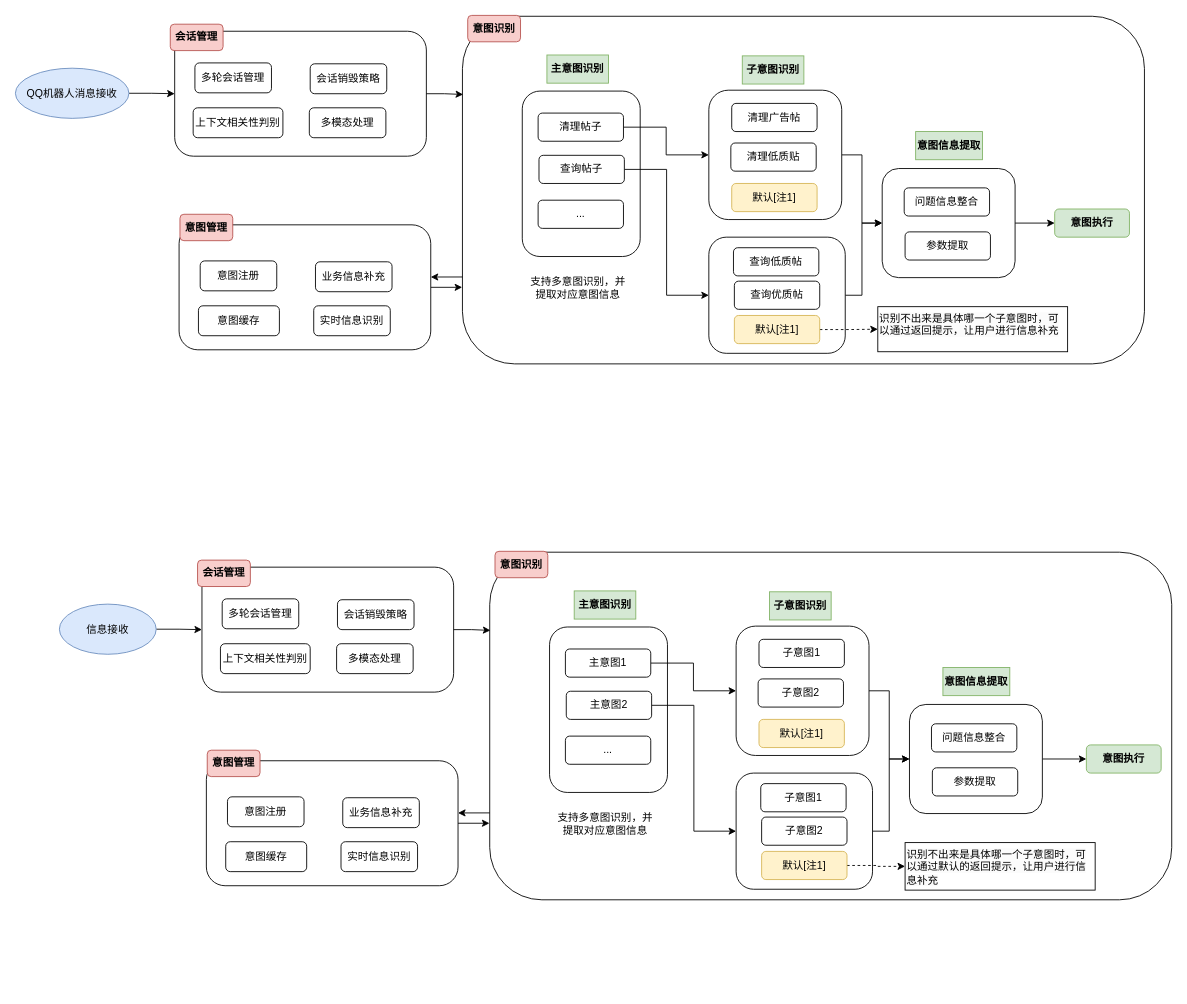
This is diagrams/意图识别.drawio from neoalvin/draw.io, a draw.io file, before an edit. Source tidied: cells renumbered, new cells numbered last; positions are measured from the earlier drawing's top-left corner, leaving out a move shared by most shapes. Both pictures are drawn from the tidied source at 88%, with x=0, y=0 at pixel (15, 15).
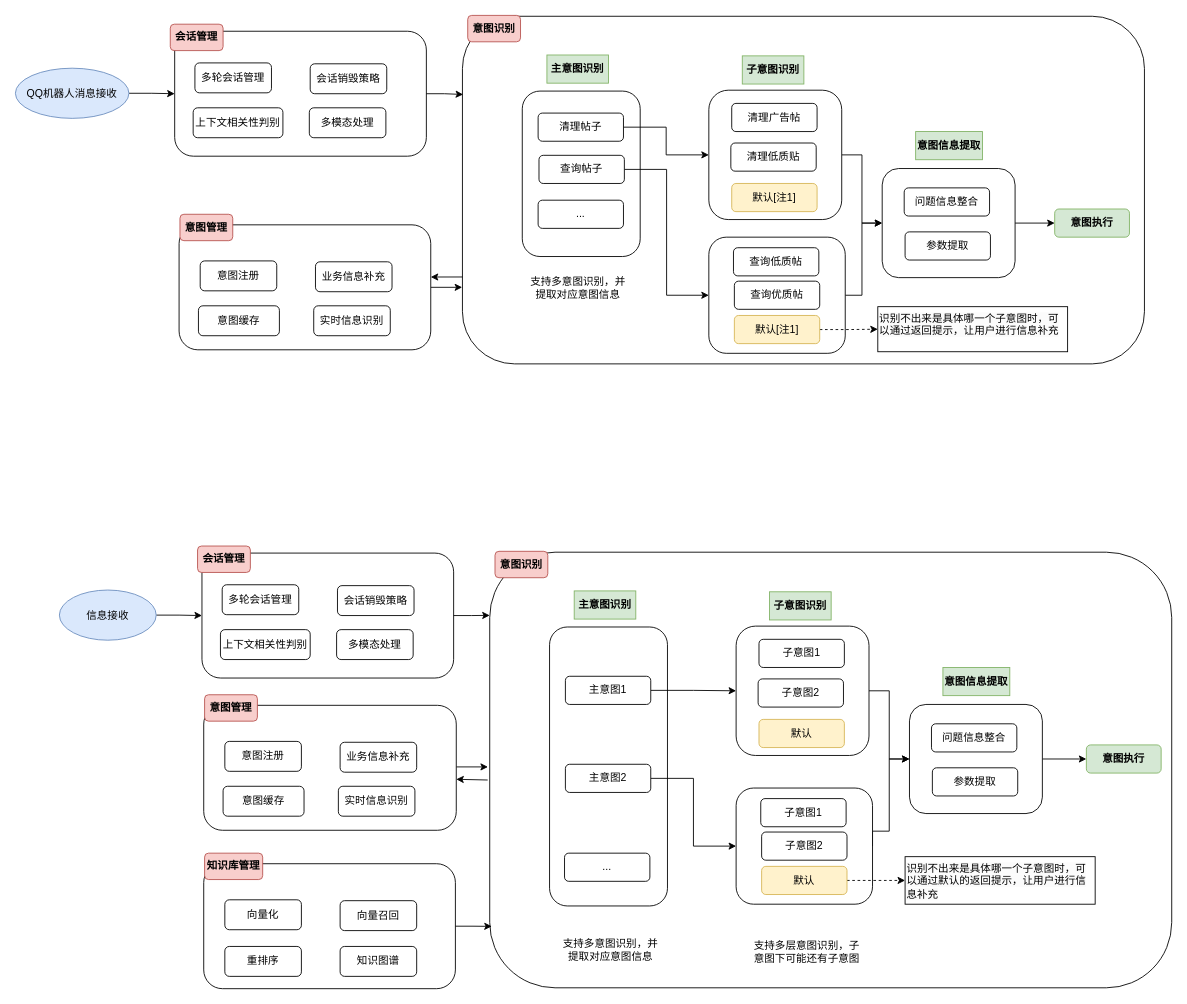
After the change.

Commit message:
更新意图识别.drawio

The edit, as a diff of the source:
```diff
@@
     <mxCell id="48" style="rounded=1;whiteSpace=wrap;html=1;" parent="1" vertex="1">
-      <mxGeometry x="539" y="610" width="775" height="395" as="geometry" />
+      <mxGeometry x="539" y="610" width="775" height="495" as="geometry" />
     </mxCell>
     <mxCell id="49" style="rounded=1;whiteSpace=wrap;html=1;" parent="1" vertex="1">
-      <mxGeometry x="607" y="695" width="134" height="188" as="geometry" />
+      <mxGeometry x="607" y="695" width="134" height="317" as="geometry" />
     </mxCell>
@@
     <mxCell id="51" value="信息接收" style="ellipse;whiteSpace=wrap;html=1;fillColor=#dae8fc;strokeColor=#6c8ebf;" parent="1" vertex="1">
-      <mxGeometry x="50" y="669" width="110" height="57" as="geometry" />
+      <mxGeometry x="50" y="653" width="110" height="57" as="geometry" />
     </mxCell>
@@
     <mxCell id="53" value="主意图1" style="rounded=1;whiteSpace=wrap;html=1;glass=0;shadow=0;" parent="1" vertex="1">
-      <mxGeometry x="625" y="720" width="97" height="32" as="geometry" />
+      <mxGeometry x="625" y="751" width="97" height="32" as="geometry" />
     </mxCell>
@@
     <mxCell id="56" value="主意图2" style="rounded=1;whiteSpace=wrap;html=1;" parent="1" vertex="1">
-      <mxGeometry x="626" y="768" width="97" height="32" as="geometry" />
+      <mxGeometry x="625" y="851" width="97" height="32" as="geometry" />
     </mxCell>
     <mxCell id="57" value="..." style="rounded=1;whiteSpace=wrap;html=1;" parent="1" vertex="1">
-      <mxGeometry x="625" y="819" width="97" height="32" as="geometry" />
+      <mxGeometry x="624" y="952" width="97" height="32" as="geometry" />
     </mxCell>
@@
-    <mxCell id="63" value="默认[注1]" style="rounded=1;whiteSpace=wrap;html=1;fillColor=#fff2cc;strokeColor=#d6b656;" parent="1" vertex="1">
+    <mxCell id="63" value="默认" style="rounded=1;whiteSpace=wrap;html=1;fillColor=#fff2cc;strokeColor=#d6b656;" parent="1" vertex="1">
       <mxGeometry x="845" y="800" width="97" height="32" as="geometry" />
     </mxCell>
     <mxCell id="64" value="支持多意图识别，并提取对应意图信息" style="text;html=1;align=center;verticalAlign=middle;whiteSpace=wrap;rounded=0;" parent="1" vertex="1">
-      <mxGeometry x="611" y="904" width="119" height="30" as="geometry" />
+      <mxGeometry x="617" y="1047" width="119" height="30" as="geometry" />
     </mxCell>
@@
     <mxCell id="66" style="rounded=1;whiteSpace=wrap;html=1;" parent="1" vertex="1">
-      <mxGeometry x="819" y="861" width="155" height="132" as="geometry" />
+      <mxGeometry x="819" y="878" width="155" height="132" as="geometry" />
     </mxCell>
     <mxCell id="67" value="子意图1" style="rounded=1;whiteSpace=wrap;html=1;" parent="1" vertex="1">
-      <mxGeometry x="847" y="873" width="97" height="32" as="geometry" />
+      <mxGeometry x="847" y="890" width="97" height="32" as="geometry" />
     </mxCell>
     <mxCell id="68" value="子意图2" style="rounded=1;whiteSpace=wrap;html=1;" parent="1" vertex="1">
-      <mxGeometry x="848" y="911" width="97" height="32" as="geometry" />
+      <mxGeometry x="848" y="928" width="97" height="32" as="geometry" />
     </mxCell>
@@
-    <mxCell id="70" value="默认[注1]" style="rounded=1;whiteSpace=wrap;html=1;fillColor=#fff2cc;strokeColor=#d6b656;" parent="1" vertex="1">
-      <mxGeometry x="848" y="950" width="97" height="32" as="geometry" />
+    <mxCell id="70" value="默认" style="rounded=1;whiteSpace=wrap;html=1;fillColor=#fff2cc;strokeColor=#d6b656;" parent="1" vertex="1">
+      <mxGeometry x="848" y="967" width="97" height="32" as="geometry" />
     </mxCell>
@@
     <mxCell id="72" style="rounded=1;whiteSpace=wrap;html=1;" parent="1" vertex="1">
-      <mxGeometry x="212" y="627" width="286" height="142" as="geometry" />
+      <mxGeometry x="212" y="611" width="286" height="142" as="geometry" />
     </mxCell>
     <mxCell id="73" value="&lt;b&gt;会话管理&lt;/b&gt;" style="text;html=1;align=center;verticalAlign=middle;whiteSpace=wrap;rounded=1;fillColor=#f8cecc;strokeColor=#b85450;" parent="1" vertex="1">
-      <mxGeometry x="207" y="619" width="60" height="30" as="geometry" />
+      <mxGeometry x="207" y="603" width="60" height="30" as="geometry" />
     </mxCell>
     <mxCell id="74" value="多轮会话管理" style="rounded=1;whiteSpace=wrap;html=1;" parent="1" vertex="1">
-      <mxGeometry x="235" y="663" width="87" height="34" as="geometry" />
+      <mxGeometry x="235" y="647" width="87" height="34" as="geometry" />
     </mxCell>
     <mxCell id="75" value="上下文相关性判别" style="rounded=1;whiteSpace=wrap;html=1;" parent="1" vertex="1">
-      <mxGeometry x="233" y="714" width="102" height="34" as="geometry" />
+      <mxGeometry x="233" y="698" width="102" height="34" as="geometry" />
     </mxCell>
     <mxCell id="76" value="会话销毁策略" style="rounded=1;whiteSpace=wrap;html=1;" parent="1" vertex="1">
-      <mxGeometry x="366" y="664" width="87" height="34" as="geometry" />
+      <mxGeometry x="366" y="648" width="87" height="34" as="geometry" />
     </mxCell>
     <mxCell id="77" value="多模态处理" style="rounded=1;whiteSpace=wrap;html=1;" parent="1" vertex="1">
-      <mxGeometry x="365" y="714" width="87" height="34" as="geometry" />
+      <mxGeometry x="365" y="698" width="87" height="34" as="geometry" />
     </mxCell>
@@
     <mxCell id="84" value="&lt;span style=&quot;color: rgb(0, 0, 0); font-family: Helvetica; font-size: 12px; font-style: normal; font-variant-ligatures: normal; font-variant-caps: normal; font-weight: 400; letter-spacing: normal; orphans: 2; text-align: left; text-indent: 0px; text-transform: none; widows: 2; word-spacing: 0px; -webkit-text-stroke-width: 0px; white-space: normal; background-color: rgb(251, 251, 251); text-decoration-thickness: initial; text-decoration-style: initial; text-decoration-color: initial; display: inline !important; float: none;&quot;&gt;识别不出来是具体哪一个子意图时，可以通过默认的返回提示，让用户进行信息补充&lt;/span&gt;" style="text;whiteSpace=wrap;html=1;rounded=0;strokeColor=default;" parent="1" vertex="1">
-      <mxGeometry x="1011" y="940" width="216" height="54" as="geometry" />
+      <mxGeometry x="1011" y="956" width="216" height="54" as="geometry" />
     </mxCell>
-    <mxCell id="85" style="edgeStyle=orthogonalEdgeStyle;rounded=0;jettySize=auto;html=1;exitX=1;exitY=0.5;exitDx=0;exitDy=0;" parent="1" edge="1" source="86">
-      <mxGeometry relative="1" as="geometry">
-        <mxPoint x="538.7" y="918.3" as="targetPoint" />
-      </mxGeometry>
-    </mxCell>
+    <mxCell id="94" style="edgeStyle=orthogonalEdgeStyle;rounded=0;orthogonalLoop=1;jettySize=auto;html=1;exitX=1;exitY=0.5;exitDx=0;exitDy=0;" parent="1" edge="1">
+      <mxGeometry relative="1" as="geometry">
+        <mxPoint x="501" y="854" as="sourcePoint" />
+        <mxPoint x="537" y="854" as="targetPoint" />
+      </mxGeometry>
+    </mxCell>
     <mxCell id="86" style="rounded=1;whiteSpace=wrap;html=1;" parent="1" vertex="1">
-      <mxGeometry x="217" y="847" width="286" height="142" as="geometry" />
+      <mxGeometry x="214" y="784" width="287" height="142" as="geometry" />
     </mxCell>
     <mxCell id="87" value="&lt;b&gt;意图管理&lt;/b&gt;" style="text;html=1;align=center;verticalAlign=middle;whiteSpace=wrap;rounded=1;fillColor=#f8cecc;strokeColor=#b85450;" parent="1" vertex="1">
-      <mxGeometry x="218" y="835" width="60" height="30" as="geometry" />
+      <mxGeometry x="215" y="772" width="60" height="30" as="geometry" />
     </mxCell>
     <mxCell id="88" value="意图注册" style="rounded=1;whiteSpace=wrap;html=1;" parent="1" vertex="1">
-      <mxGeometry x="241" y="888" width="87" height="34" as="geometry" />
+      <mxGeometry x="238" y="825" width="87" height="34" as="geometry" />
     </mxCell>
     <mxCell id="89" value="意图缓存" style="rounded=1;whiteSpace=wrap;html=1;" parent="1" vertex="1">
-      <mxGeometry x="239" y="939" width="92" height="34" as="geometry" />
+      <mxGeometry x="236" y="876" width="92" height="34" as="geometry" />
     </mxCell>
     <mxCell id="90" value="业务信息补充" style="rounded=1;whiteSpace=wrap;html=1;" parent="1" vertex="1">
-      <mxGeometry x="372" y="889" width="87" height="34" as="geometry" />
+      <mxGeometry x="369" y="826" width="87" height="34" as="geometry" />
     </mxCell>
+    <mxCell id="93" value="实时信息识别" style="rounded=1;whiteSpace=wrap;html=1;" parent="1" vertex="1">
+      <mxGeometry x="367" y="876" width="87" height="34" as="geometry" />
+    </mxCell>
+    <mxCell id="95" style="rounded=1;whiteSpace=wrap;html=1;" parent="1" vertex="1">
+      <mxGeometry x="214" y="964" width="286" height="142" as="geometry" />
+    </mxCell>
+    <mxCell id="96" value="&lt;b&gt;知识库管理&lt;/b&gt;" style="text;html=1;align=center;verticalAlign=middle;whiteSpace=wrap;rounded=1;fillColor=#f8cecc;strokeColor=#b85450;" parent="1" vertex="1">
+      <mxGeometry x="215" y="952" width="66" height="30" as="geometry" />
+    </mxCell>
+    <mxCell id="97" value="向量化" style="rounded=1;whiteSpace=wrap;html=1;" parent="1" vertex="1">
+      <mxGeometry x="238" y="1005" width="87" height="34" as="geometry" />
+    </mxCell>
+    <mxCell id="98" value="向量召回" style="rounded=1;whiteSpace=wrap;html=1;" parent="1" vertex="1">
+      <mxGeometry x="369" y="1006" width="87" height="34" as="geometry" />
+    </mxCell>
-    <mxCell id="91" style="edgeStyle=orthogonalEdgeStyle;rounded=0;jettySize=auto;html=1;exitX=1;exitY=0.5;exitDx=0;exitDy=0;entryX=0.001;entryY=0.225;entryDx=0;entryDy=0;entryPerimeter=0;" parent="1" edge="1" source="72" target="48">
+    <mxCell id="91" style="edgeStyle=orthogonalEdgeStyle;rounded=0;jettySize=auto;html=1;exitX=1;exitY=0.5;exitDx=0;exitDy=0;entryX=0;entryY=0.145;entryDx=0;entryDy=0;entryPerimeter=0;" parent="1" edge="1" source="72" target="48">
       <mxGeometry relative="1" as="geometry" />
     </mxCell>
-    <mxCell id="92" style="edgeStyle=orthogonalEdgeStyle;rounded=0;jettySize=auto;html=1;exitX=0;exitY=0.75;exitDx=0;exitDy=0;entryX=1;entryY=0.416;entryDx=0;entryDy=0;entryPerimeter=0;" parent="1" edge="1" source="48" target="86">
+    <mxCell id="92" style="endArrow=classic;html=1;rounded=0;exitX=-0.003;exitY=0.523;exitDx=0;exitDy=0;exitPerimeter=0;entryX=1;entryY=0.592;entryDx=0;entryDy=0;entryPerimeter=0;" parent="1" edge="1" source="48" target="86">
       <mxGeometry relative="1" as="geometry" />
     </mxCell>
-    <mxCell id="93" value="实时信息识别" style="rounded=1;whiteSpace=wrap;html=1;" parent="1" vertex="1">
-      <mxGeometry x="370" y="939" width="87" height="34" as="geometry" />
-    </mxCell>
+    <mxCell id="99" style="edgeStyle=orthogonalEdgeStyle;rounded=0;jettySize=auto;html=1;exitX=1;exitY=0.5;exitDx=0;exitDy=0;entryX=0.003;entryY=0.859;entryDx=0;entryDy=0;entryPerimeter=0;" parent="1" edge="1" source="95" target="48">
+      <mxGeometry relative="1" as="geometry" />
+    </mxCell>
+    <mxCell id="100" value="重排序" style="rounded=1;whiteSpace=wrap;html=1;" parent="1" vertex="1">
+      <mxGeometry x="238" y="1058" width="87" height="34" as="geometry" />
+    </mxCell>
+    <mxCell id="101" value="知识图谱" style="rounded=1;whiteSpace=wrap;html=1;" parent="1" vertex="1">
+      <mxGeometry x="369" y="1058" width="87" height="34" as="geometry" />
+    </mxCell>
+    <mxCell id="102" value="支持多层意图识别，子意图下可能还有子意图" style="text;html=1;align=center;verticalAlign=middle;whiteSpace=wrap;rounded=0;" parent="1" vertex="1">
+      <mxGeometry x="835" y="1049" width="129" height="30" as="geometry" />
+    </mxCell>
```
